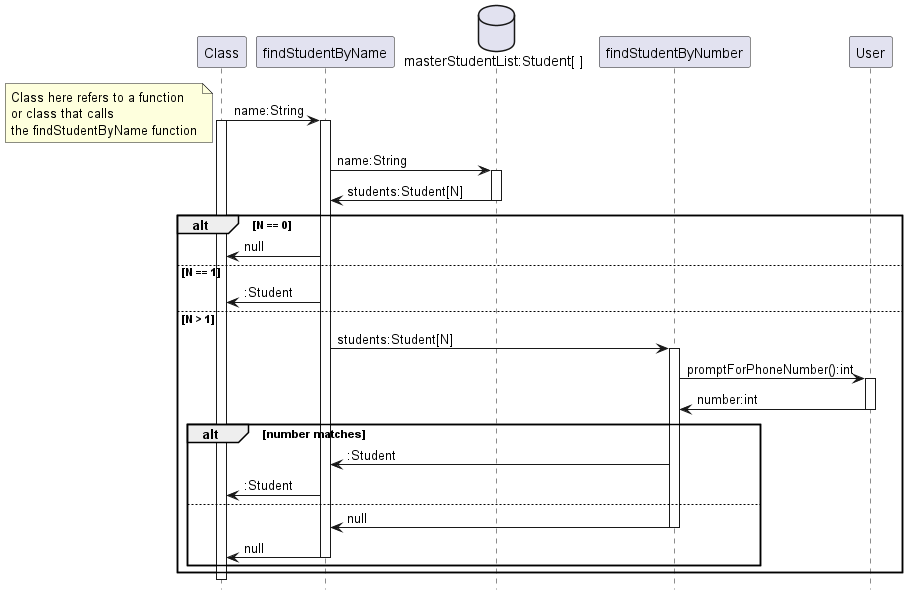
The PlantUML diagram docs/diagrams/src/DataStoring/Student Identification.png in blackmirag3/Classify, before a commit. Its diagram source:
```plantuml
@startuml Student Identification
footbox off

participant Class as class
participant findStudentByName as fsbname
database "masterStudentList:Student[ ]" as msl
participant findStudentByNumber as fsbnumber
participant User as user


class -> fsbname : name:String
activate class

note left
    Class here refers to a function
    or class that calls
    the findStudentByName function
end note

activate fsbname

    fsbname -> msl : name:String
    activate msl
    msl -> fsbname : students:Student[N]
    deactivate msl

alt N == 0

    fsbname -> class : null

else N == 1

    fsbname -> class : :Student

else N > 1

    fsbname -> fsbnumber : students:Student[N]
    activate fsbnumber

    fsbnumber -> user : promptForPhoneNumber():int
    activate user
    user -> fsbnumber : number:int
    deactivate user

    alt number matches
        fsbnumber -> fsbname : :Student
        fsbname -> class : :Student

    else
        fsbnumber -> fsbname : null
        deactivate fsbnumber

        fsbname -> class : null
        deactivate fsbname
    end

end


deactivate class

@enduml
```
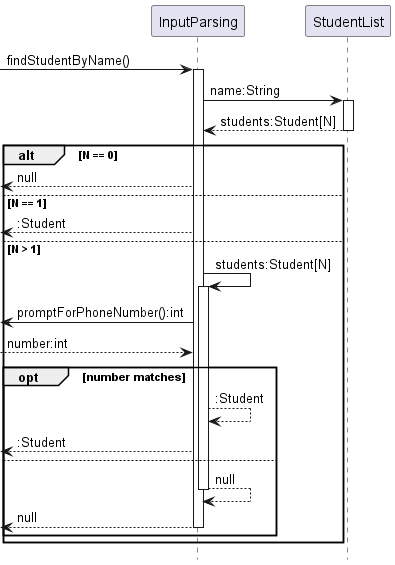
Later version of the same file.

The edit, as a diff of the source:
```diff
@@ -1,62 +1,46 @@
 @startuml Student Identification
 footbox off
 
-participant Class as class
-participant findStudentByName as fsbname
-database "masterStudentList:Student[ ]" as msl
-participant findStudentByNumber as fsbnumber
-participant User as user
+participant InputParsing as fsbname
+participant StudentList as msl
 
-
-class -> fsbname : name:String
-activate class
-
-note left
-    Class here refers to a function
-    or class that calls
-    the findStudentByName function
-end note
+-> fsbname : findStudentByName()
 
 activate fsbname
 
     fsbname -> msl : name:String
     activate msl
-    msl -> fsbname : students:Student[N]
+    msl --> fsbname : students:Student[N]
     deactivate msl
 
 alt N == 0
 
-    fsbname -> class : null
+    <-- fsbname : null
 
 else N == 1
 
-    fsbname -> class : :Student
+    <-- fsbname : :Student
 
 else N > 1
 
-    fsbname -> fsbnumber : students:Student[N]
-    activate fsbnumber
+    fsbname -> fsbname : students:Student[N]
+    activate fsbname
 
-    fsbnumber -> user : promptForPhoneNumber():int
-    activate user
-    user -> fsbnumber : number:int
-    deactivate user
+    <- fsbname : promptForPhoneNumber():int
+    -->  fsbname : number:int
 
-    alt number matches
-        fsbnumber -> fsbname : :Student
-        fsbname -> class : :Student
+    opt number matches
+        fsbname --> fsbname : :Student
+        <-- fsbname : :Student
 
     else
-        fsbnumber -> fsbname : null
-        deactivate fsbnumber
+        fsbname --> fsbname : null
+        deactivate fsbname
 
-        fsbname -> class : null
+        <-- fsbname : null
         deactivate fsbname
     end
 
 end
 
-
-deactivate class
-
 @enduml
```
